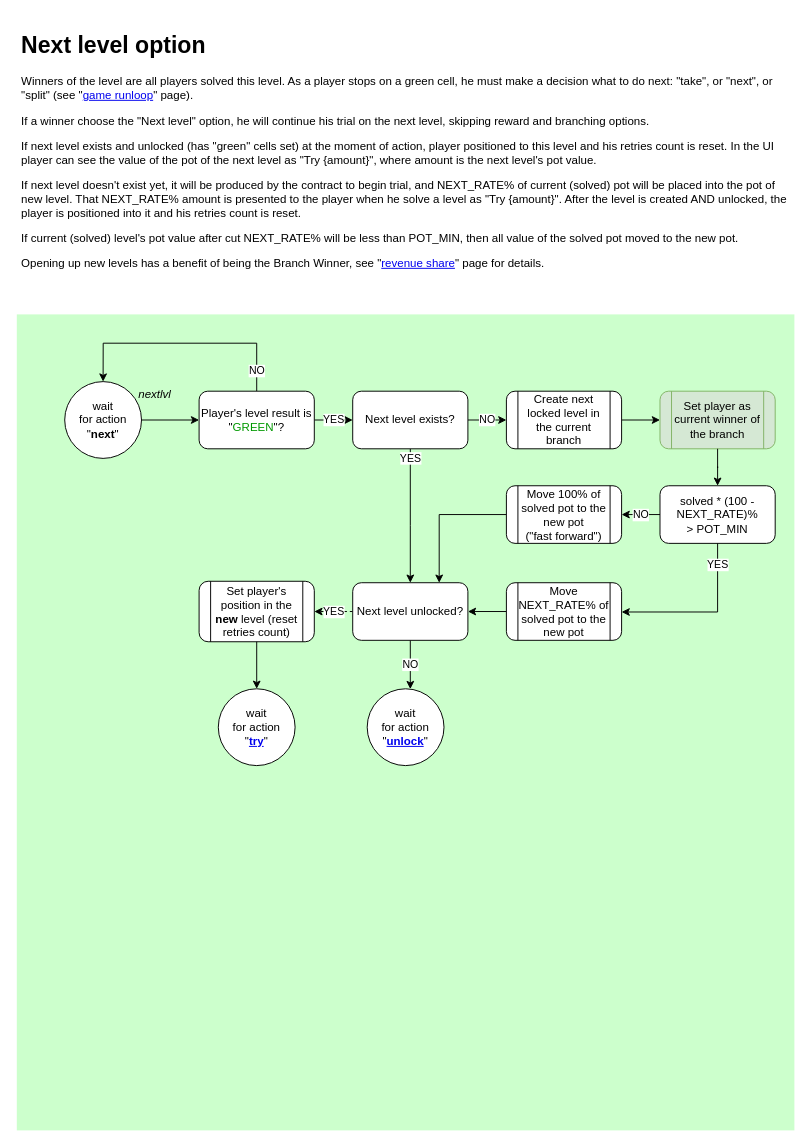
Earlier version of the draw.io diagram page "next" (9 of 15) of ia/WOFFLER IA.drawio (cptn-solo/woffler_contract). Source tidied: cells renumbered, new cells numbered last; positions are measured from the earlier drawing's top-left corner, leaving out a move shared by most shapes. Both pictures are drawn from the tidied source at 96%, with x=0, y=0 at pixel (16, 26).
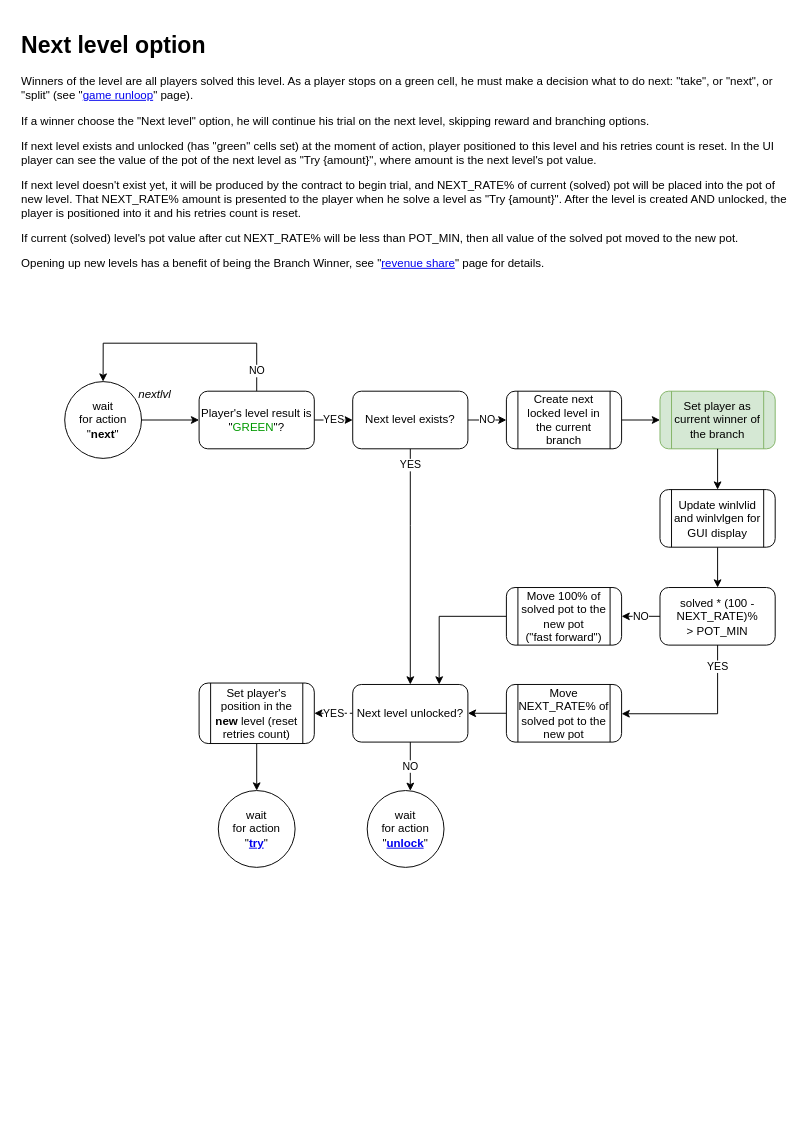
Above is the later version.

Commit message:
added winlvlid and winlvlgen to IA

Unchanged cells that the change refers to:
```xml
<mxCell id="14" value="Set player as current winner of the branch" style="shape=process;rounded=1;whiteSpace=wrap;html=1;shadow=0;glass=0;strokeColor=#82b366;align=center;fillColor=#d5e8d4;" parent="3" vertex="1">
  <mxGeometry x="670" y="380" width="120" height="60" as="geometry" />
</mxCell>
```

What changed in the source:
```diff
@@
-    <mxCell id="1" parent="0" />
-    <mxCell id="2" style="rounded=0;whiteSpace=wrap;html=1;rotation=0;strokeColor=none;fillColor=#CCFFCC;" parent="1" vertex="1">
-      <mxGeometry y="300" width="810" height="850" as="geometry" />
-    </mxCell>
@@
     <mxCell id="15" value="Set player's position in the &lt;b&gt;new&lt;/b&gt; level (reset retries count)&lt;br&gt;" style="shape=process;rounded=1;whiteSpace=wrap;html=1;shadow=0;glass=0;strokeColor=#000000;align=center;" parent="3" vertex="1">
-      <mxGeometry x="189.9" y="578" width="120" height="63" as="geometry" />
+      <mxGeometry x="189.9" y="684" width="120" height="63" as="geometry" />
     </mxCell>
     <mxCell id="16" style="edgeStyle=orthogonalEdgeStyle;rounded=0;jumpStyle=arc;jettySize=auto;html=1;" parent="3" edge="1" source="17" target="30">
       <mxGeometry relative="1" as="geometry">
         <Array as="points">
-          <mxPoint x="440" y="509" />
+          <mxPoint x="440" y="615" />
         </Array>
       </mxGeometry>
     </mxCell>
     <mxCell id="17" value="Move 100% of solved pot to the new pot&lt;br&gt;(&quot;fast forward&quot;)&lt;br&gt;" style="shape=process;rounded=1;whiteSpace=wrap;html=1;shadow=0;glass=0;strokeColor=#000000;align=center;" parent="3" vertex="1">
-      <mxGeometry x="510" y="478.5" width="120" height="60" as="geometry" />
+      <mxGeometry x="510" y="584.5" width="120" height="60" as="geometry" />
     </mxCell>
@@
-    <mxCell id="22" style="edgeStyle=orthogonalEdgeStyle;rounded=0;jettySize=auto;html=1;fontSize=11;fontColor=#000000;" parent="3" edge="1" source="14" target="24">
+    <mxCell id="22" style="edgeStyle=orthogonalEdgeStyle;rounded=0;jettySize=auto;html=1;fontSize=11;fontColor=#000000;" parent="3" edge="1" source="34" target="24">
       <mxGeometry relative="1" as="geometry" />
     </mxCell>
     <mxCell id="23" style="edgeStyle=orthogonalEdgeStyle;rounded=0;jumpStyle=arc;jettySize=auto;html=1;" parent="3" edge="1" source="25" target="30">
       <mxGeometry x="-1" y="-88" relative="1" as="geometry">
         <Array as="points">
-          <mxPoint x="580" y="600" />
-          <mxPoint x="580" y="600" />
+          <mxPoint x="580" y="706" />
+          <mxPoint x="580" y="706" />
         </Array>
         <mxPoint x="70" y="35" as="offset" />
       </mxGeometry>
     </mxCell>
     <mxCell id="24" value="&lt;span&gt;solved * (100 -NEXT_RATE)% &lt;br&gt;&amp;gt; POT_MIN&lt;/span&gt;&lt;br&gt;" style="rounded=1;whiteSpace=wrap;html=1;shadow=0;glass=0;strokeColor=#000000;align=center;" parent="3" vertex="1">
-      <mxGeometry x="670" y="478.5" width="120" height="60" as="geometry" />
+      <mxGeometry x="670" y="584.5" width="120" height="60" as="geometry" />
     </mxCell>
     <mxCell id="25" value="Move NEXT_RATE% of solved pot to the new pot" style="shape=process;rounded=1;whiteSpace=wrap;html=1;shadow=0;glass=0;strokeColor=#000000;align=center;" parent="3" vertex="1">
-      <mxGeometry x="510" y="579.5" width="120" height="60" as="geometry" />
+      <mxGeometry x="510" y="685.5" width="120" height="60" as="geometry" />
     </mxCell>
     <mxCell id="26" value="YES" style="edgeStyle=orthogonalEdgeStyle;rounded=0;jumpStyle=arc;jettySize=auto;html=1;" parent="3" edge="1" source="24" target="25">
       <mxGeometry x="-0.75" relative="1" as="geometry">
         <Array as="points">
-          <mxPoint x="730" y="610" />
+          <mxPoint x="730" y="716" />
         </Array>
         <mxPoint y="1" as="offset" />
       </mxGeometry>
     </mxCell>
     <mxCell id="27" value="wait &lt;br&gt;for action&lt;br&gt;&quot;&lt;b&gt;&lt;a href=&quot;data:page/id,Am0qS1xOvbDyxcGwkt44&quot;&gt;try&lt;/a&gt;&lt;/b&gt;&quot;" style="ellipse;whiteSpace=wrap;html=1;rounded=1;shadow=0;glass=0;align=center;" parent="3" vertex="1">
-      <mxGeometry x="209.9" y="690" width="80" height="80" as="geometry" />
+      <mxGeometry x="209.9" y="796" width="80" height="80" as="geometry" />
     </mxCell>
     <mxCell id="28" value="NO" style="edgeStyle=orthogonalEdgeStyle;rounded=0;jettySize=auto;html=1;" parent="3" edge="1" source="30" target="33">
       <mxGeometry relative="1" as="geometry">
         <Array as="points">
-          <mxPoint x="410" y="730" />
+          <mxPoint x="410" y="836" />
         </Array>
       </mxGeometry>
     </mxCell>
@@
     <mxCell id="30" value="Next level unlocked?" style="rounded=1;whiteSpace=wrap;html=1;shadow=0;glass=0;strokeColor=#000000;align=center;" parent="3" vertex="1">
-      <mxGeometry x="349.9" y="579.5" width="120" height="60" as="geometry" />
+      <mxGeometry x="349.9" y="685.5" width="120" height="60" as="geometry" />
     </mxCell>
@@
     <mxCell id="33" value="wait &lt;br&gt;for action &quot;&lt;b&gt;&lt;a href=&quot;data:page/id,PTiBQR1OZZOvdm40SifF&quot;&gt;unlock&lt;/a&gt;&lt;/b&gt;&quot;" style="ellipse;whiteSpace=wrap;html=1;rounded=1;shadow=0;glass=0;align=center;" parent="3" vertex="1">
-      <mxGeometry x="365" y="690" width="80" height="80" as="geometry" />
+      <mxGeometry x="365" y="796" width="80" height="80" as="geometry" />
     </mxCell>
+    <mxCell id="34" value="Update winlvlid and winlvlgen for GUI display" style="shape=process;rounded=1;whiteSpace=wrap;html=1;shadow=0;glass=0;strokeColor=#000000;align=center;" parent="3" vertex="1">
+      <mxGeometry x="670" y="482.5" width="120" height="60" as="geometry" />
+    </mxCell>
+    <mxCell id="35" style="edgeStyle=orthogonalEdgeStyle;rounded=0;jettySize=auto;html=1;fontSize=11;fontColor=#000000;" parent="3" edge="1" source="14" target="34">
+      <mxGeometry relative="1" as="geometry" />
+    </mxCell>
```
